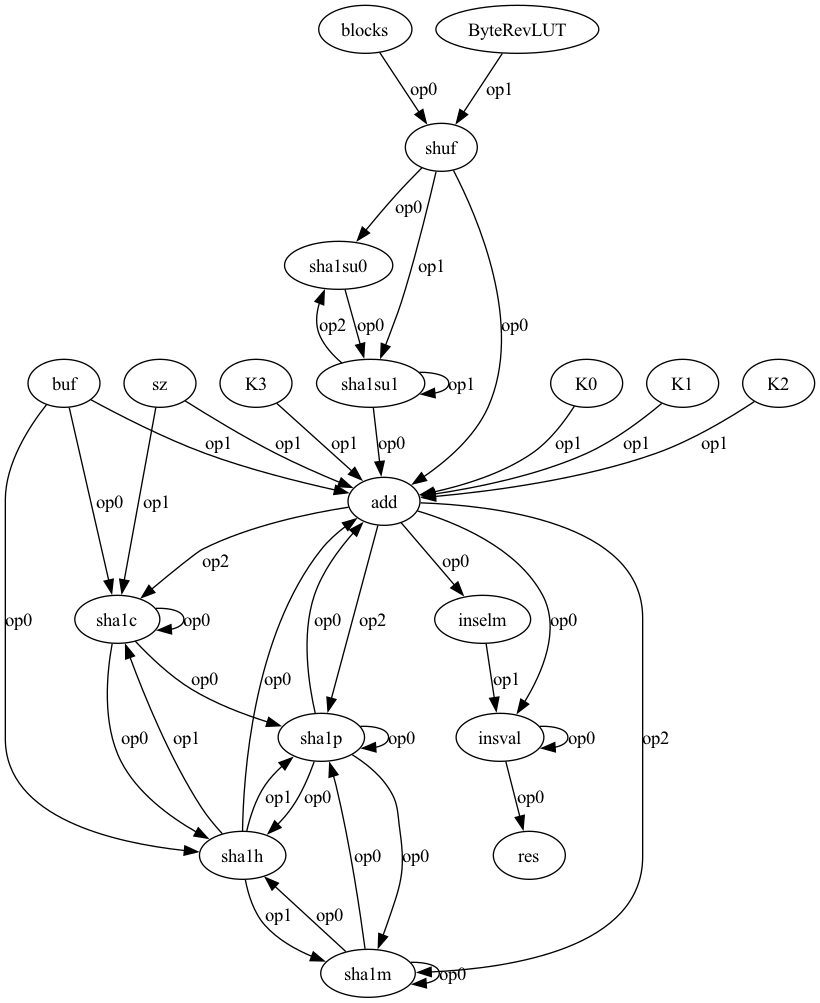
The Graphviz diagram sha1-compress-one-hand-dag-deps.dot.png in jevinskie/AArch64-SHA-Crypto-Extensions, before a commit. Its source is kept beside it as sha1-compress-one-hand-dag-deps.dot.
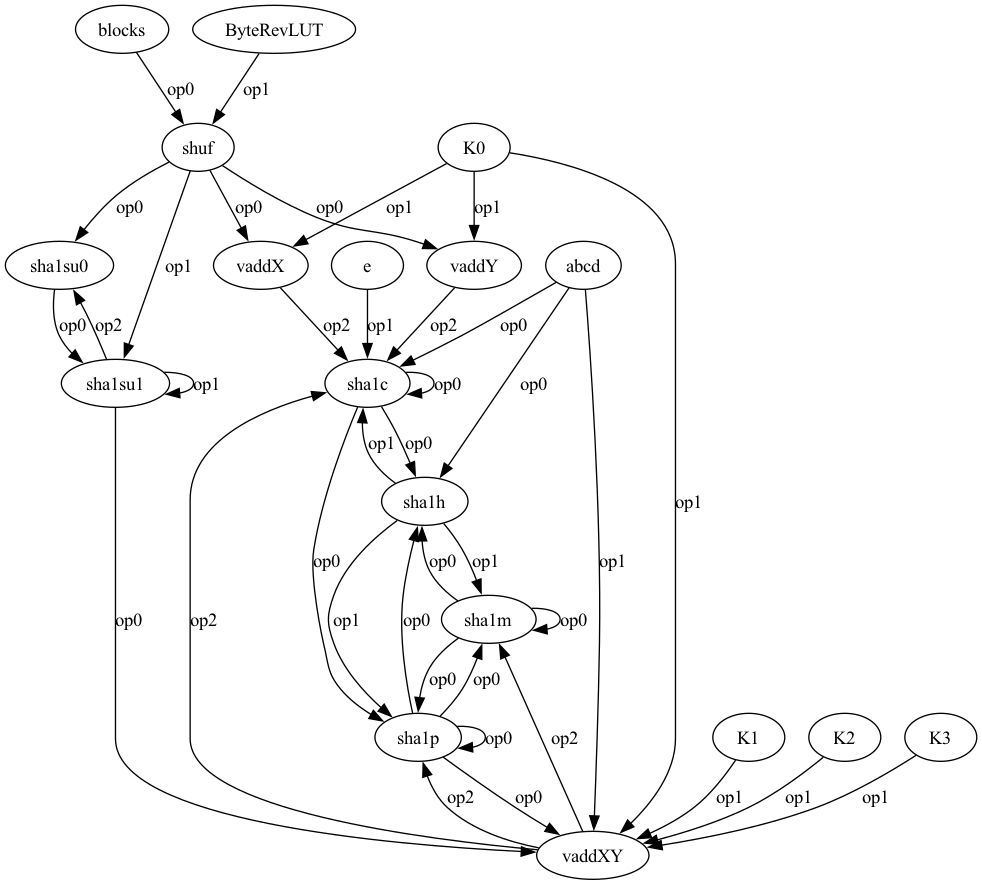
Above is the later version.

What changed in the source:
```diff
@@ -1,42 +1,41 @@
 digraph "" {
+	graph [outputorder=edgesfirst];
 	blocks -> shuf	[label=op0];
-	shuf -> add	[label=op0];
+	shuf -> vaddX	[label=op0];
+	shuf -> vaddY	[label=op0];
 	shuf -> sha1su0	[label=op0];
 	shuf -> sha1su1	[label=op1];
 	ByteRevLUT -> shuf	[label=op1];
-	add -> sha1c	[label=op2];
-	add -> sha1p	[label=op2];
-	add -> sha1m	[label=op2];
-	add -> inselm	[label=op0];
-	add -> insval	[label=op0];
-	K0 -> add	[label=op1];
-	buf -> add	[label=op1];
-	buf -> sha1h	[label=op0];
-	buf -> sha1c	[label=op0];
-	sha1h -> add	[label=op0];
+	vaddX -> sha1c	[label=op2];
+	K0 -> vaddX	[label=op1];
+	K0 -> vaddY	[label=op1];
+	K0 -> vaddXY	[label=op1];
+	vaddY -> sha1c	[label=op2];
+	abcd -> sha1h	[label=op0];
+	abcd -> sha1c	[label=op0];
+	abcd -> vaddXY	[label=op1];
 	sha1h -> sha1c	[label=op1];
 	sha1h -> sha1p	[label=op1];
 	sha1h -> sha1m	[label=op1];
 	sha1c -> sha1h	[label=op0];
 	sha1c -> sha1c	[label=op0];
 	sha1c -> sha1p	[label=op0];
-	sz -> add	[label=op1];
-	sz -> sha1c	[label=op1];
+	e -> sha1c	[label=op1];
 	sha1su0 -> sha1su1	[label=op0];
-	sha1su1 -> add	[label=op0];
 	sha1su1 -> sha1su0	[label=op2];
 	sha1su1 -> sha1su1	[label=op1];
-	K1 -> add	[label=op1];
-	sha1p -> add	[label=op0];
+	sha1su1 -> vaddXY	[label=op0];
+	vaddXY -> sha1c	[label=op2];
+	vaddXY -> sha1p	[label=op2];
+	vaddXY -> sha1m	[label=op2];
+	K1 -> vaddXY	[label=op1];
 	sha1p -> sha1h	[label=op0];
+	sha1p -> vaddXY	[label=op0];
 	sha1p -> sha1p	[label=op0];
 	sha1p -> sha1m	[label=op0];
-	K2 -> add	[label=op1];
+	K2 -> vaddXY	[label=op1];
 	sha1m -> sha1h	[label=op0];
 	sha1m -> sha1p	[label=op0];
 	sha1m -> sha1m	[label=op0];
-	K3 -> add	[label=op1];
-	inselm -> insval	[label=op1];
-	insval -> insval	[label=op0];
-	insval -> res	[label=op0];
+	K3 -> vaddXY	[label=op1];
 }
```
